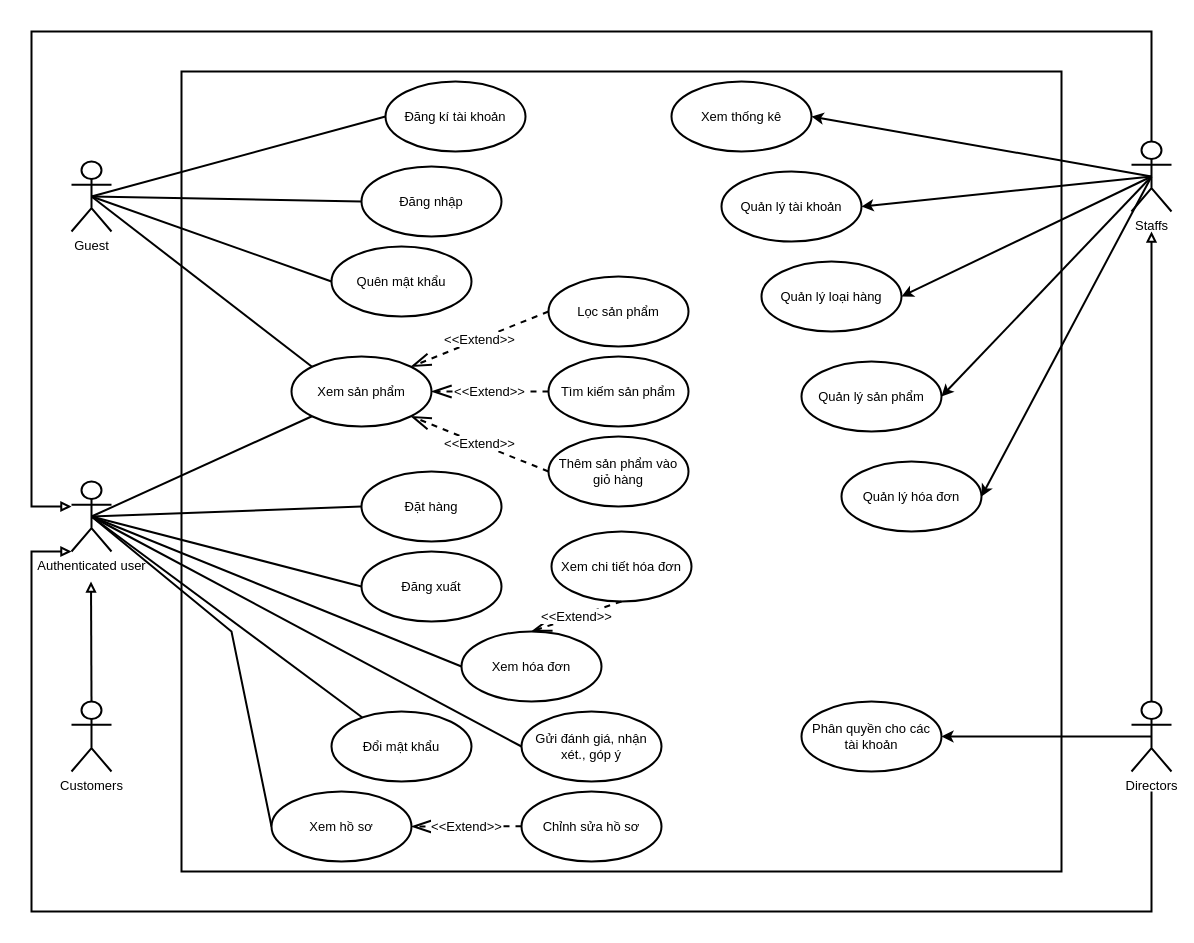
The draw.io diagram usecase.drawio in taitvd2508/usecase, before the edit. Source tidied: cells renumbered, new cells numbered last; positions are measured from the earlier drawing's top-left corner, leaving out a move shared by most shapes. Both pictures are drawn from the tidied source at 100%, with x=0, y=0 at pixel (31, 31).
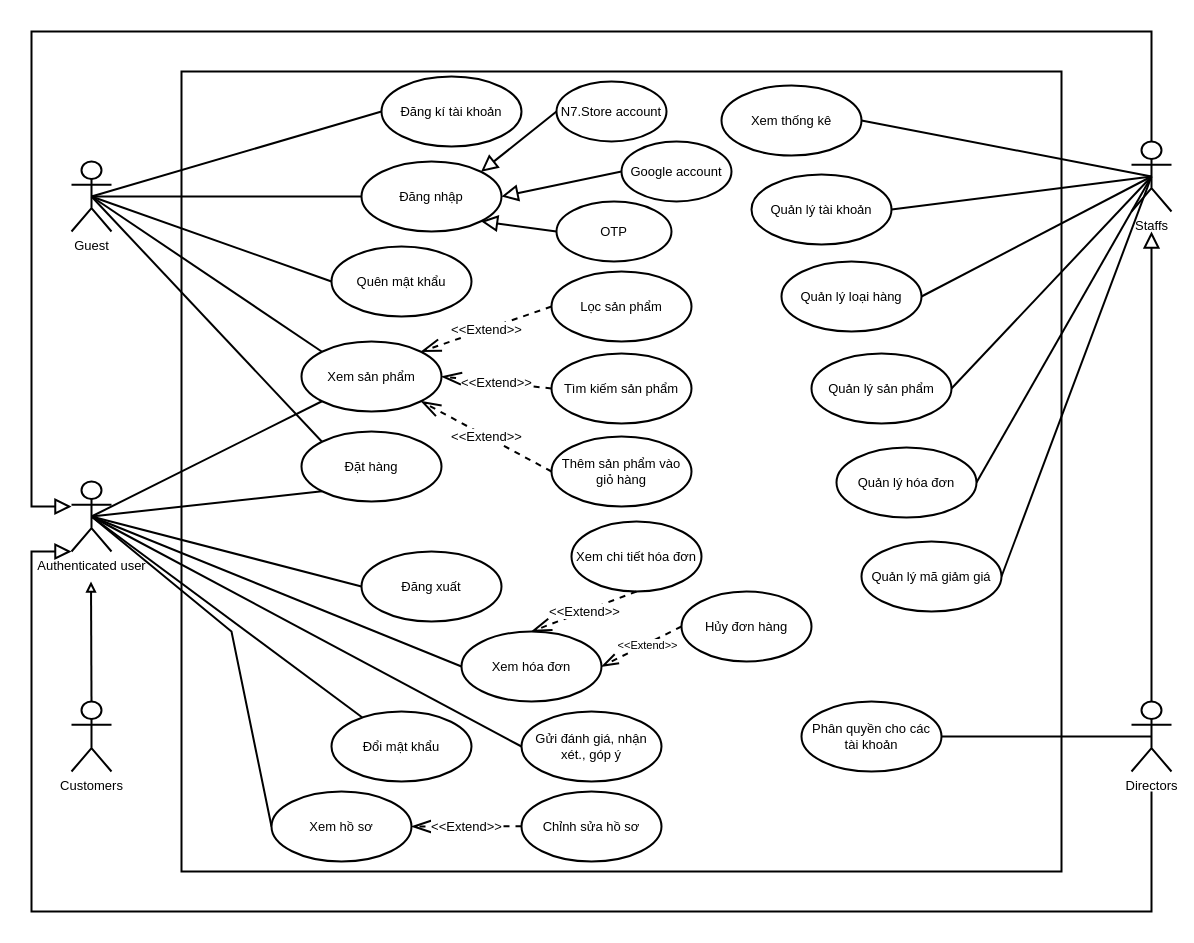
The same diagram, later.

The change refers to these unchanged cells:
```xml
<mxCell id="7" value="Guest" style="shape=umlActor;verticalLabelPosition=bottom;verticalAlign=top;html=1;outlineConnect=0;strokeWidth=2;fontSize=13;" parent="1" vertex="1">
  <mxGeometry x="40" y="130" width="40" height="70" as="geometry" />
</mxCell>
<mxCell id="15" value="Authenticated user" style="shape=umlActor;verticalLabelPosition=bottom;verticalAlign=top;html=1;outlineConnect=0;strokeWidth=2;fontSize=13;" parent="1" vertex="1">
  <mxGeometry x="40" y="450" width="40" height="70" as="geometry" />
</mxCell>
<mxCell id="32" value="Staffs" style="shape=umlActor;verticalLabelPosition=bottom;verticalAlign=top;html=1;outlineConnect=0;strokeWidth=2;fontSize=13;" parent="1" vertex="1">
  <mxGeometry x="1100" y="110" width="40" height="70" as="geometry" />
</mxCell>
<mxCell id="35" value="Directors" style="shape=umlActor;verticalLabelPosition=bottom;verticalAlign=top;html=1;outlineConnect=0;strokeWidth=2;fontSize=13;" parent="1" vertex="1">
  <mxGeometry x="1100" y="670" width="40" height="70" as="geometry" />
</mxCell>
<mxCell id="39" value="Xem hóa đơn" style="ellipse;whiteSpace=wrap;html=1;strokeWidth=2;fontSize=13;" parent="1" vertex="1">
  <mxGeometry x="430" y="600" width="140" height="70" as="geometry" />
</mxCell>
<mxCell id="51" value="Phân quyền cho các&lt;br&gt;tài khoản" style="ellipse;whiteSpace=wrap;html=1;strokeWidth=2;fontSize=13;" parent="1" vertex="1">
  <mxGeometry x="770" y="670" width="140" height="70" as="geometry" />
</mxCell>
```

Diff of the diagram source:
```diff
@@
+    <mxCell id="56" style="rounded=0;jettySize=auto;html=1;exitX=0.5;exitY=0.5;exitDx=0;exitDy=0;exitPerimeter=0;entryX=0;entryY=0;entryDx=0;entryDy=0;strokeWidth=2;startArrow=none;startFill=0;endArrow=none;endFill=0;" parent="1" edge="1" source="7" target="25">
+      <mxGeometry relative="1" as="geometry" />
+    </mxCell>
@@
-    <mxCell id="11" style="rounded=0;jettySize=auto;html=1;exitX=0.5;exitY=0.5;exitDx=0;exitDy=0;exitPerimeter=0;entryX=0;entryY=0.5;entryDx=0;entryDy=0;endArrow=none;endFill=0;strokeWidth=2;fontSize=13;" parent="1" edge="1" source="15" target="25">
+    <mxCell id="11" style="rounded=0;jettySize=auto;html=1;exitX=0.5;exitY=0.5;exitDx=0;exitDy=0;exitPerimeter=0;entryX=0;entryY=1;entryDx=0;entryDy=0;endArrow=none;endFill=0;strokeWidth=2;fontSize=13;" parent="1" edge="1" source="15" target="25">
       <mxGeometry relative="1" as="geometry" />
     </mxCell>
@@
     <mxCell id="18" value="Đăng nhập" style="ellipse;whiteSpace=wrap;html=1;strokeWidth=2;fontSize=13;" parent="1" vertex="1">
-      <mxGeometry x="330" y="135" width="140" height="70" as="geometry" />
+      <mxGeometry x="330" y="130" width="140" height="70" as="geometry" />
     </mxCell>
     <mxCell id="19" value="Đăng kí tài khoản" style="ellipse;whiteSpace=wrap;html=1;strokeWidth=2;fontSize=13;" parent="1" vertex="1">
-      <mxGeometry x="354" y="50" width="140" height="70" as="geometry" />
+      <mxGeometry x="350" y="45" width="140" height="70" as="geometry" />
     </mxCell>
     <mxCell id="20" value="Xem sản phẩm" style="ellipse;whiteSpace=wrap;html=1;strokeWidth=2;fontSize=13;" parent="1" vertex="1">
-      <mxGeometry x="260" y="325" width="140" height="70" as="geometry" />
+      <mxGeometry x="270" y="310" width="140" height="70" as="geometry" />
     </mxCell>
     <mxCell id="21" value="Thêm sản phẩm vào &lt;br style=&quot;font-size: 13px;&quot;&gt;giỏ hàng" style="ellipse;whiteSpace=wrap;html=1;strokeWidth=2;fontSize=13;" parent="1" vertex="1">
-      <mxGeometry x="517" y="405" width="140" height="70" as="geometry" />
+      <mxGeometry x="520" y="405" width="140" height="70" as="geometry" />
     </mxCell>
@@
     <mxCell id="25" value="Đặt hàng" style="ellipse;whiteSpace=wrap;html=1;strokeWidth=2;fontSize=13;" parent="1" vertex="1">
-      <mxGeometry x="330" y="440" width="140" height="70" as="geometry" />
+      <mxGeometry x="270" y="400" width="140" height="70" as="geometry" />
     </mxCell>
@@
-    <mxCell id="27" style="edgeStyle=none;rounded=0;jettySize=auto;html=1;exitX=0.5;exitY=0.5;exitDx=0;exitDy=0;exitPerimeter=0;entryX=1;entryY=0.5;entryDx=0;entryDy=0;strokeWidth=2;fontSize=13;" parent="1" edge="1" source="32" target="46">
+    <mxCell id="27" style="edgeStyle=none;rounded=0;jettySize=auto;html=1;exitX=0.5;exitY=0.5;exitDx=0;exitDy=0;exitPerimeter=0;entryX=1;entryY=0.5;entryDx=0;entryDy=0;strokeWidth=2;fontSize=13;endArrow=none;endFill=0;" parent="1" edge="1" source="32" target="46">
       <mxGeometry relative="1" as="geometry" />
     </mxCell>
-    <mxCell id="28" style="edgeStyle=none;rounded=0;jettySize=auto;html=1;exitX=0.5;exitY=0.5;exitDx=0;exitDy=0;exitPerimeter=0;entryX=1;entryY=0.5;entryDx=0;entryDy=0;strokeWidth=2;fontSize=13;" parent="1" edge="1" source="32" target="47">
+    <mxCell id="28" style="edgeStyle=none;rounded=0;jettySize=auto;html=1;exitX=0.5;exitY=0.5;exitDx=0;exitDy=0;exitPerimeter=0;entryX=1;entryY=0.5;entryDx=0;entryDy=0;strokeWidth=2;fontSize=13;endArrow=none;endFill=0;" parent="1" edge="1" source="32" target="47">
       <mxGeometry relative="1" as="geometry" />
     </mxCell>
-    <mxCell id="29" style="edgeStyle=none;rounded=0;jettySize=auto;html=1;exitX=0.5;exitY=0.5;exitDx=0;exitDy=0;exitPerimeter=0;entryX=1;entryY=0.5;entryDx=0;entryDy=0;strokeWidth=2;fontSize=13;" parent="1" edge="1" source="32" target="50">
+    <mxCell id="29" style="edgeStyle=none;rounded=0;jettySize=auto;html=1;exitX=0.5;exitY=0.5;exitDx=0;exitDy=0;exitPerimeter=0;entryX=1;entryY=0.5;entryDx=0;entryDy=0;strokeWidth=2;fontSize=13;endArrow=none;endFill=0;" parent="1" edge="1" source="32" target="50">
       <mxGeometry relative="1" as="geometry" />
     </mxCell>
-    <mxCell id="30" style="edgeStyle=none;rounded=0;jettySize=auto;html=1;exitX=0.5;exitY=0.5;exitDx=0;exitDy=0;exitPerimeter=0;entryX=1;entryY=0.5;entryDx=0;entryDy=0;strokeWidth=2;fontSize=13;" parent="1" edge="1" source="32" target="48">
+    <mxCell id="30" style="edgeStyle=none;rounded=0;jettySize=auto;html=1;exitX=0.5;exitY=0.5;exitDx=0;exitDy=0;exitPerimeter=0;entryX=1;entryY=0.5;entryDx=0;entryDy=0;strokeWidth=2;fontSize=13;endArrow=none;endFill=0;" parent="1" edge="1" source="32" target="48">
       <mxGeometry relative="1" as="geometry" />
     </mxCell>
-    <mxCell id="31" style="edgeStyle=none;rounded=0;jettySize=auto;html=1;exitX=0.5;exitY=0.5;exitDx=0;exitDy=0;exitPerimeter=0;entryX=1;entryY=0.5;entryDx=0;entryDy=0;strokeWidth=2;fontSize=13;" parent="1" edge="1" source="32" target="49">
+    <mxCell id="31" style="edgeStyle=none;rounded=0;jettySize=auto;html=1;exitX=0.5;exitY=0.5;exitDx=0;exitDy=0;exitPerimeter=0;entryX=1;entryY=0.5;entryDx=0;entryDy=0;strokeWidth=2;fontSize=13;endArrow=none;endFill=0;" parent="1" edge="1" source="32" target="49">
       <mxGeometry relative="1" as="geometry" />
     </mxCell>
+    <mxCell id="57" style="rounded=0;jettySize=auto;html=1;exitX=0.5;exitY=0.5;exitDx=0;exitDy=0;exitPerimeter=0;entryX=1;entryY=0.5;entryDx=0;entryDy=0;strokeWidth=2;endArrow=none;endFill=0;" parent="1" edge="1" source="32" target="67">
+      <mxGeometry relative="1" as="geometry" />
+    </mxCell>
@@
-    <mxCell id="33" style="edgeStyle=none;rounded=0;jettySize=auto;html=1;exitX=0.5;exitY=0.5;exitDx=0;exitDy=0;exitPerimeter=0;entryX=1;entryY=0.5;entryDx=0;entryDy=0;strokeWidth=2;fontSize=13;" parent="1" edge="1" source="35" target="51">
+    <mxCell id="33" style="edgeStyle=none;rounded=0;jettySize=auto;html=1;exitX=0.5;exitY=0.5;exitDx=0;exitDy=0;exitPerimeter=0;entryX=1;entryY=0.5;entryDx=0;entryDy=0;strokeWidth=2;fontSize=13;endArrow=none;endFill=0;" parent="1" edge="1" source="35" target="51">
       <mxGeometry relative="1" as="geometry" />
     </mxCell>
-    <mxCell id="34" style="edgeStyle=none;rounded=0;jettySize=auto;html=1;exitX=0.5;exitY=0;exitDx=0;exitDy=0;exitPerimeter=0;endArrow=block;endFill=0;strokeWidth=2;fontSize=13;" parent="1" edge="1" source="35">
+    <mxCell id="34" style="edgeStyle=none;rounded=0;jettySize=auto;html=1;exitX=0.5;exitY=0;exitDx=0;exitDy=0;exitPerimeter=0;endArrow=block;endFill=0;strokeWidth=2;fontSize=13;endSize=12;" parent="1" edge="1" source="35">
       <mxGeometry relative="1" as="geometry">
         <mxPoint x="1120" y="200" as="targetPoint" />
       </mxGeometry>
     </mxCell>
@@
-    <mxCell id="36" style="edgeStyle=orthogonalEdgeStyle;rounded=0;orthogonalLoop=1;jettySize=auto;html=1;entryX=0;entryY=0.3333333333333333;entryDx=0;entryDy=0;entryPerimeter=0;endArrow=block;endFill=0;strokeWidth=2;fontSize=13;" parent="1" edge="1">
+    <mxCell id="36" style="edgeStyle=orthogonalEdgeStyle;rounded=0;orthogonalLoop=1;jettySize=auto;html=1;entryX=0;entryY=0.3333333333333333;entryDx=0;entryDy=0;entryPerimeter=0;endArrow=block;endFill=0;strokeWidth=2;fontSize=13;endSize=12;" parent="1" edge="1">
       <mxGeometry relative="1" as="geometry">
         <mxPoint x="1120" y="110" as="sourcePoint" />
         <mxPoint x="40" y="475" as="targetPoint" />
         <Array as="points">
           <mxPoint x="1120" />
           <mxPoint />
           <mxPoint y="475" />
         </Array>
       </mxGeometry>
     </mxCell>
@@
-    <mxCell id="38" style="edgeStyle=orthogonalEdgeStyle;rounded=0;orthogonalLoop=1;jettySize=auto;html=1;entryX=0.5;entryY=0.5;entryDx=0;entryDy=0;entryPerimeter=0;endArrow=block;endFill=0;strokeWidth=2;fontSize=13;" parent="1" edge="1">
+    <mxCell id="38" style="edgeStyle=orthogonalEdgeStyle;rounded=0;orthogonalLoop=1;jettySize=auto;html=1;entryX=0.5;entryY=0.5;entryDx=0;entryDy=0;entryPerimeter=0;endArrow=block;endFill=0;strokeWidth=2;fontSize=13;endSize=12;" parent="1" edge="1">
       <mxGeometry relative="1" as="geometry">
         <mxPoint x="1120" y="760" as="sourcePoint" />
         <mxPoint x="40" y="520" as="targetPoint" />
         <Array as="points">
           <mxPoint x="1120" y="880" />
           <mxPoint y="880" />
           <mxPoint y="520" />
         </Array>
       </mxGeometry>
     </mxCell>
@@
     <mxCell id="40" value="Xem chi tiết hóa đơn" style="ellipse;whiteSpace=wrap;html=1;strokeWidth=2;fontSize=13;" parent="1" vertex="1">
-      <mxGeometry x="520" y="500" width="140" height="70" as="geometry" />
+      <mxGeometry x="540" y="490" width="130" height="70" as="geometry" />
     </mxCell>
@@
     <mxCell id="42" value="Tìm kiếm sản phẩm" style="ellipse;whiteSpace=wrap;html=1;strokeWidth=2;fontSize=13;" parent="1" vertex="1">
-      <mxGeometry x="517" y="325" width="140" height="70" as="geometry" />
+      <mxGeometry x="520" y="322" width="140" height="70" as="geometry" />
     </mxCell>
     <mxCell id="43" value="Lọc sản phẩm" style="ellipse;whiteSpace=wrap;html=1;strokeWidth=2;fontSize=13;" parent="1" vertex="1">
-      <mxGeometry x="517" y="245" width="140" height="70" as="geometry" />
+      <mxGeometry x="520" y="240" width="140" height="70" as="geometry" />
     </mxCell>
@@
     <mxCell id="46" value="Xem thống kê" style="ellipse;whiteSpace=wrap;html=1;strokeWidth=2;fontSize=13;" parent="1" vertex="1">
-      <mxGeometry x="640" y="50" width="140" height="70" as="geometry" />
+      <mxGeometry x="690" y="54" width="140" height="70" as="geometry" />
     </mxCell>
     <mxCell id="47" value="Quản lý tài khoản" style="ellipse;whiteSpace=wrap;html=1;strokeWidth=2;fontSize=13;" parent="1" vertex="1">
-      <mxGeometry x="690" y="140" width="140" height="70" as="geometry" />
+      <mxGeometry x="720" y="143" width="140" height="70" as="geometry" />
     </mxCell>
     <mxCell id="48" value="Quản lý sản phẩm" style="ellipse;whiteSpace=wrap;html=1;strokeWidth=2;fontSize=13;" parent="1" vertex="1">
-      <mxGeometry x="770" y="330" width="140" height="70" as="geometry" />
+      <mxGeometry x="780" y="322" width="140" height="70" as="geometry" />
     </mxCell>
     <mxCell id="49" value="Quản lý hóa đơn" style="ellipse;whiteSpace=wrap;html=1;strokeWidth=2;fontSize=13;" parent="1" vertex="1">
-      <mxGeometry x="810" y="430" width="140" height="70" as="geometry" />
+      <mxGeometry x="805" y="416" width="140" height="70" as="geometry" />
     </mxCell>
     <mxCell id="50" value="Quản lý loại hàng" style="ellipse;whiteSpace=wrap;html=1;strokeWidth=2;fontSize=13;" parent="1" vertex="1">
-      <mxGeometry x="730" y="230" width="140" height="70" as="geometry" />
+      <mxGeometry x="750" y="230" width="140" height="70" as="geometry" />
     </mxCell>
@@
+    <mxCell id="58" style="rounded=0;jettySize=auto;html=1;exitX=0;exitY=0.5;exitDx=0;exitDy=0;entryX=1;entryY=0;entryDx=0;entryDy=0;strokeWidth=2;endArrow=block;endFill=0;endSize=12;" parent="1" edge="1" source="59" target="18">
+      <mxGeometry relative="1" as="geometry" />
+    </mxCell>
+    <mxCell id="59" value="N7.Store account" style="ellipse;whiteSpace=wrap;html=1;strokeWidth=2;fontSize=13;" parent="1" vertex="1">
+      <mxGeometry x="525" y="50" width="110" height="60" as="geometry" />
+    </mxCell>
+    <mxCell id="60" style="rounded=0;jettySize=auto;html=1;exitX=0;exitY=0.5;exitDx=0;exitDy=0;entryX=1;entryY=0.5;entryDx=0;entryDy=0;strokeWidth=2;endArrow=block;endFill=0;endSize=12;" parent="1" edge="1" source="61" target="18">
+      <mxGeometry relative="1" as="geometry" />
+    </mxCell>
+    <mxCell id="61" value="Google account" style="ellipse;whiteSpace=wrap;html=1;strokeWidth=2;fontSize=13;" parent="1" vertex="1">
+      <mxGeometry x="590" y="110" width="110" height="60" as="geometry" />
+    </mxCell>
+    <mxCell id="62" style="rounded=0;jettySize=auto;html=1;exitX=0;exitY=0.5;exitDx=0;exitDy=0;entryX=1;entryY=1;entryDx=0;entryDy=0;strokeWidth=2;endArrow=block;endFill=0;endSize=12;" parent="1" edge="1" source="63" target="18">
+      <mxGeometry relative="1" as="geometry" />
+    </mxCell>
+    <mxCell id="63" value="OTP" style="ellipse;whiteSpace=wrap;html=1;strokeWidth=2;fontSize=13;" parent="1" vertex="1">
+      <mxGeometry x="525" y="170" width="115" height="60" as="geometry" />
+    </mxCell>
+    <mxCell id="64" style="rounded=0;jettySize=auto;html=1;exitX=0;exitY=0.5;exitDx=0;exitDy=0;entryX=1;entryY=0.5;entryDx=0;entryDy=0;endArrow=openThin;endFill=0;endSize=13;dashed=1;strokeWidth=2;" parent="1" edge="1" source="66" target="39">
+      <mxGeometry relative="1" as="geometry" />
+    </mxCell>
+    <mxCell id="65" value="&amp;lt;&amp;lt;Extend&amp;gt;&amp;gt;" style="edgeLabel;html=1;align=center;verticalAlign=middle;" parent="64" vertex="1">
+      <mxGeometry x="-0.12" y="1" relative="1" as="geometry" />
+    </mxCell>
+    <mxCell id="66" value="Hủy đơn hàng" style="ellipse;whiteSpace=wrap;html=1;strokeWidth=2;fontSize=13;" parent="1" vertex="1">
+      <mxGeometry x="650" y="560" width="130" height="70" as="geometry" />
+    </mxCell>
+    <mxCell id="67" value="Quản lý mã giảm giá" style="ellipse;whiteSpace=wrap;html=1;strokeWidth=2;fontSize=13;" parent="1" vertex="1">
+      <mxGeometry x="830" y="510" width="140" height="70" as="geometry" />
+    </mxCell>
```
